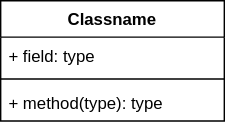
The draw.io diagram module_13/lab13.drawio.svg in Styans/design_patterns_su, before a commit. Source tidied: cells renumbered, new cells last; positions are measured from the earlier drawing's top-left corner, leaving out a move shared by most shapes.
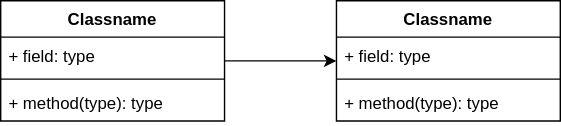
The same file after the commit.

What changed in the source:
```diff
@@ -2,6 +2,9 @@
   <root>
     <mxCell id="0" />
     <mxCell id="1" parent="0" />
+    <mxCell id="6" style="edgeStyle=orthogonalEdgeStyle;rounded=0;jettySize=auto;html=1;" parent="1" edge="1" source="2" target="7">
+      <mxGeometry relative="1" as="geometry" />
+    </mxCell>
     <mxCell id="2" value="Classname" style="swimlane;fontStyle=1;align=center;verticalAlign=top;horizontal=1;startSize=26;whiteSpace=wrap;html=1;" parent="1" vertex="1">
       <mxGeometry width="160" height="86" as="geometry" />
     </mxCell>
@@ -14,5 +17,17 @@
     <mxCell id="5" value="+ method(type): type" style="text;strokeColor=none;fillColor=none;align=left;verticalAlign=top;spacingLeft=4;spacingRight=4;overflow=hidden;whiteSpace=wrap;html=1;" parent="2" vertex="1">
       <mxGeometry y="60" width="160" height="26" as="geometry" />
     </mxCell>
+    <mxCell id="7" value="Classname" style="swimlane;fontStyle=1;align=center;verticalAlign=top;horizontal=1;startSize=26;whiteSpace=wrap;html=1;" parent="1" vertex="1">
+      <mxGeometry x="240" width="160" height="86" as="geometry" />
+    </mxCell>
+    <mxCell id="8" value="+ field: type" style="text;strokeColor=none;fillColor=none;align=left;verticalAlign=top;spacingLeft=4;spacingRight=4;overflow=hidden;whiteSpace=wrap;html=1;" parent="7" vertex="1">
+      <mxGeometry y="26" width="160" height="26" as="geometry" />
+    </mxCell>
+    <mxCell id="9" style="line;strokeWidth=1;fillColor=none;align=left;verticalAlign=middle;spacingTop=-1;spacingLeft=3;spacingRight=3;labelPosition=right;strokeColor=inherit;" parent="7" vertex="1">
+      <mxGeometry y="52" width="160" height="8" as="geometry" />
+    </mxCell>
+    <mxCell id="10" value="+ method(type): type" style="text;strokeColor=none;fillColor=none;align=left;verticalAlign=top;spacingLeft=4;spacingRight=4;overflow=hidden;whiteSpace=wrap;html=1;" parent="7" vertex="1">
+      <mxGeometry y="60" width="160" height="26" as="geometry" />
+    </mxCell>
   </root>
 </mxGraphModel>
```
